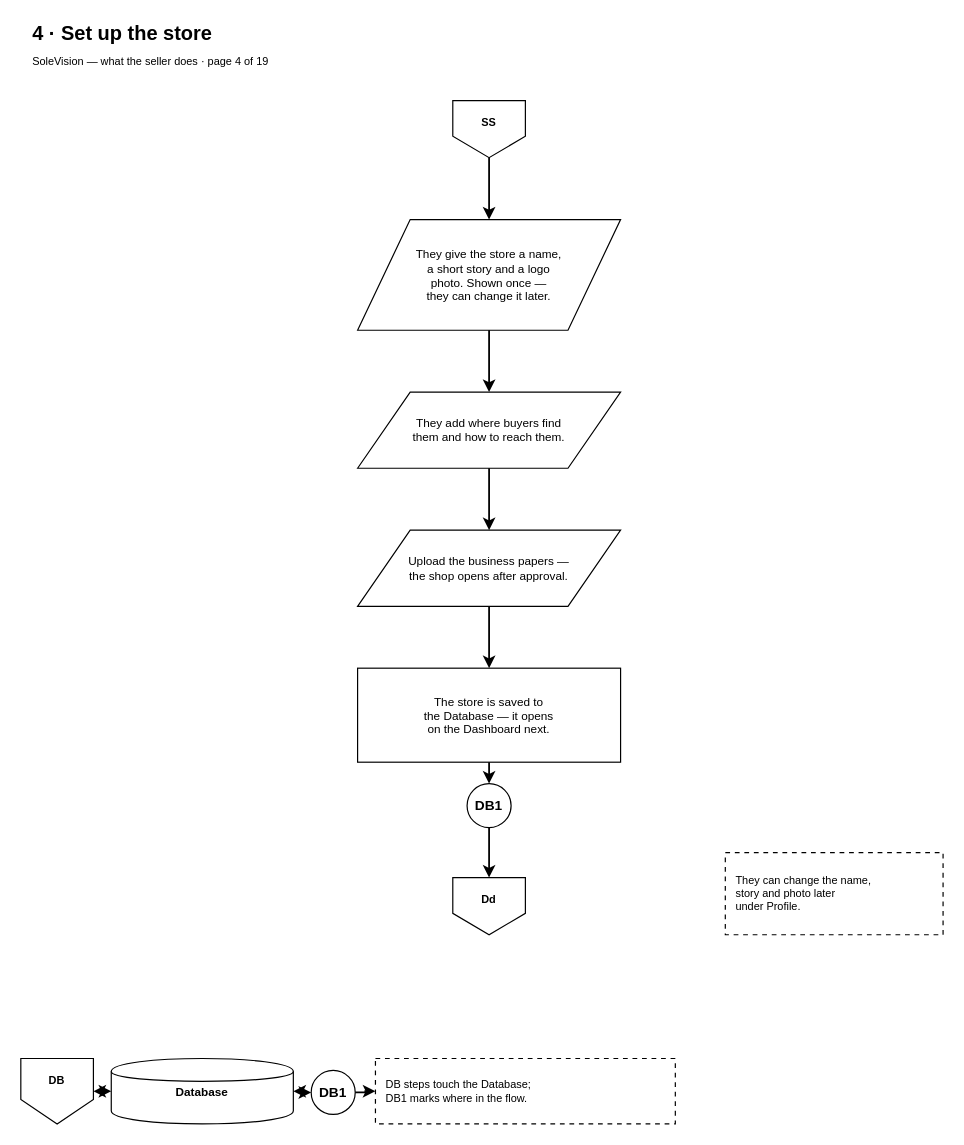
This is page "4 Set up the store" (4 of 19) of docs/diagrams/seller-journey-flowchart.drawio from kibs06/CUF, a draw.io file, before an edit. Source tidied: cells renumbered, new cells numbered last; positions are measured from the earlier drawing's top-left corner, leaving out a move shared by most shapes. Both pictures are drawn from the tidied source at 119%, with x=0, y=0 at pixel (20, 20).
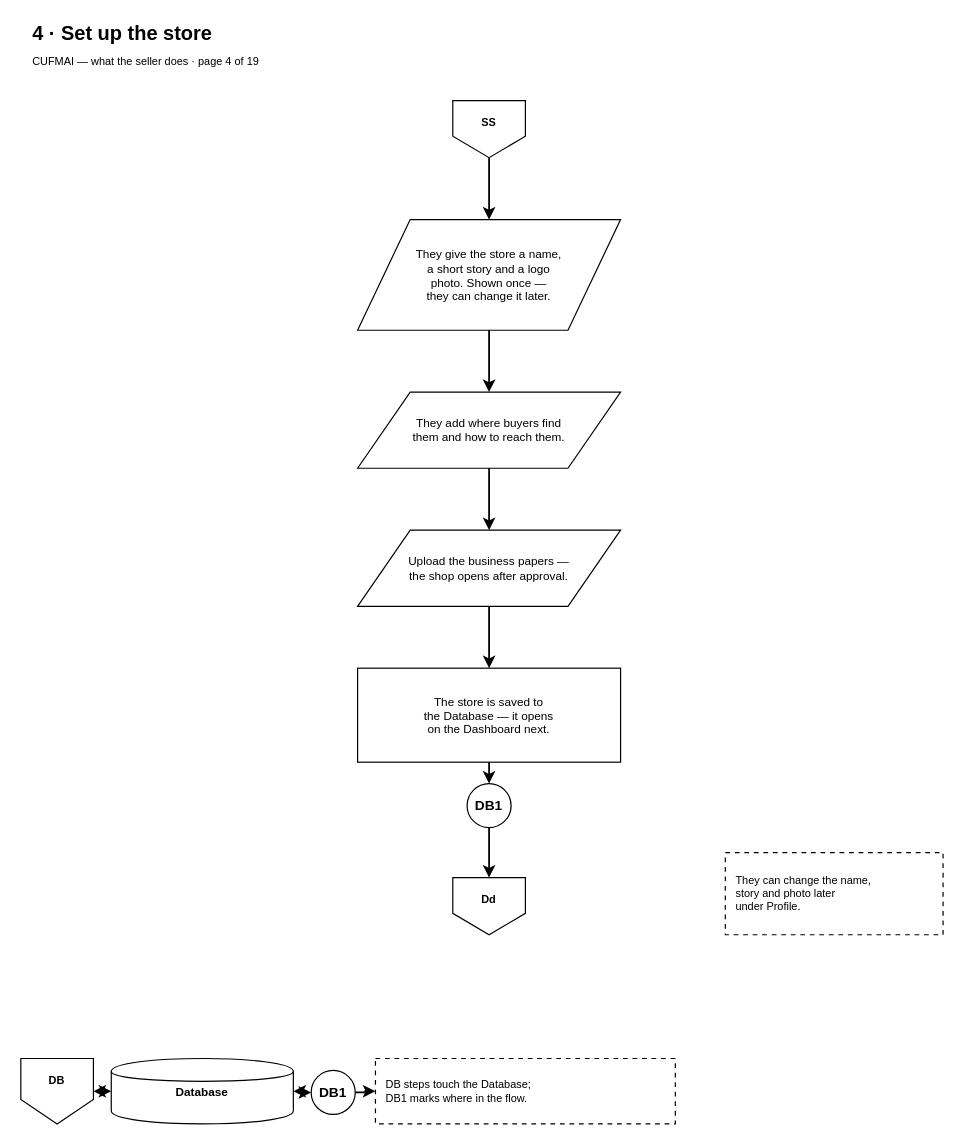
The same diagram, later.

Diff of the diagram source:
```diff
@@
-    <mxCell id="15" value="SoleVision — what the seller does · page 4 of 19" style="text;html=1;fontSize=9.2;align=left;verticalAlign=middle;fontColor=light-dark(#000000,#FFFFFF);" parent="1" vertex="1">
+    <mxCell id="15" value="CUFMAI — what the seller does · page 4 of 19" style="text;html=1;fontSize=9.2;align=left;verticalAlign=middle;fontColor=light-dark(#000000,#FFFFFF);" parent="1" vertex="1">
       <mxGeometry x="8" y="26" width="534" height="18" as="geometry" />
     </mxCell>
```
